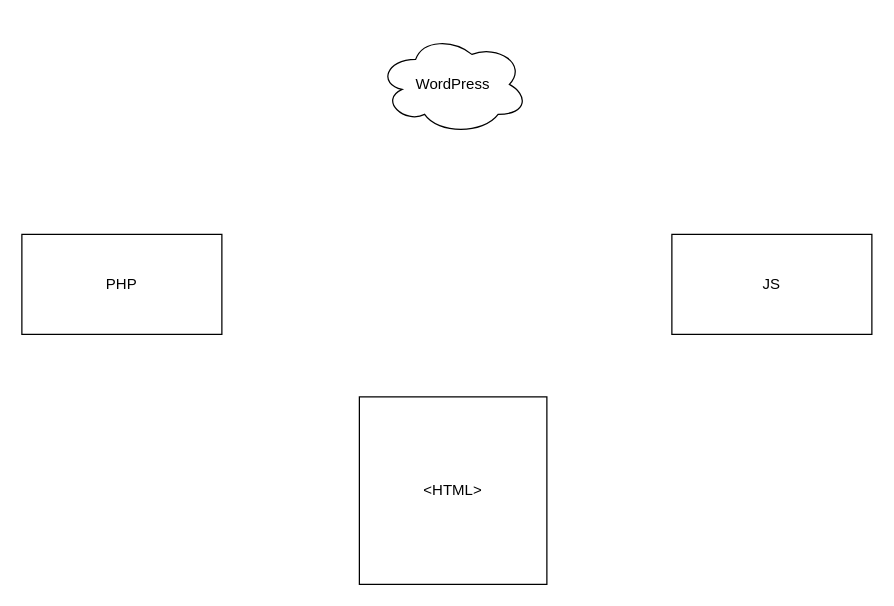
thatsforschool/graphFolder keeps this draw.io diagram as finalexamlogicDiagram.drawio. Above is the earlier version. Source tidied: cells renumbered, new cells numbered last; positions are measured from the earlier drawing's top-left corner, leaving out a move shared by most shapes. Both pictures are drawn from the tidied source at 125%, with x=0, y=0 at pixel (21, 34).
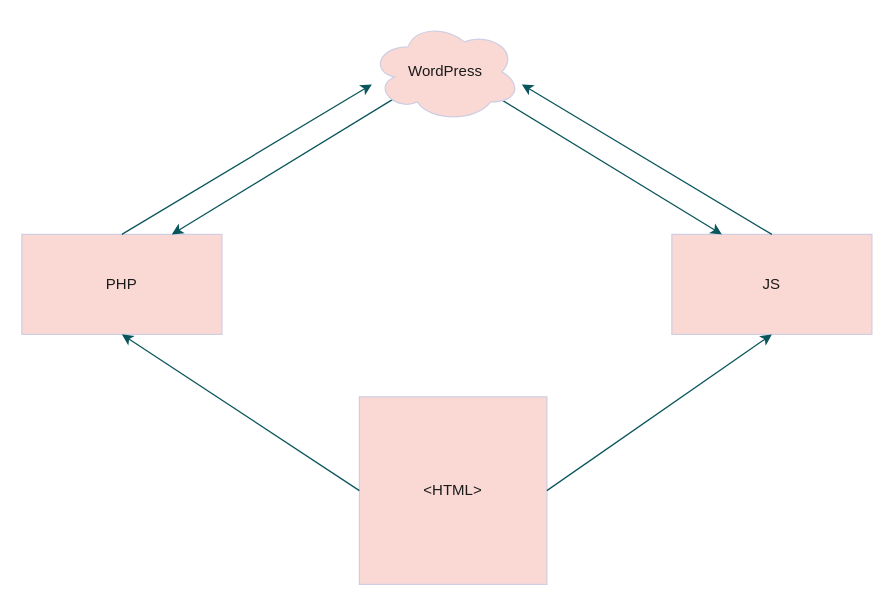
The same page after the edit.

The edit, as a diff of the source:
```diff
@@
 <mxGraphModel>
   <root>
     <mxCell id="0" />
     <mxCell id="1" parent="0" />
-    <mxCell id="2" value="&amp;lt;HTML&amp;gt;" style="whiteSpace=wrap;html=1;" parent="1" vertex="1">
+    <mxCell id="2" value="&amp;lt;HTML&amp;gt;" style="whiteSpace=wrap;html=1;labelBackgroundColor=none;fillColor=#FAD9D5;strokeColor=#D0CEE2;fontColor=#1A1A1A;" parent="1" vertex="1">
       <mxGeometry x="270" y="290" width="150" height="150" as="geometry" />
     </mxCell>
-    <mxCell id="3" value="WordPress" style="ellipse;shape=cloud;whiteSpace=wrap;html=1;" parent="1" vertex="1">
-      <mxGeometry x="285" width="120" height="80" as="geometry" />
-    </mxCell>
-    <mxCell id="4" value="PHP" style="rounded=0;whiteSpace=wrap;html=1;" parent="1" vertex="1">
+    <mxCell id="4" value="PHP" style="rounded=0;whiteSpace=wrap;html=1;labelBackgroundColor=none;fillColor=#FAD9D5;strokeColor=#D0CEE2;fontColor=#1A1A1A;" parent="1" vertex="1">
       <mxGeometry y="160" width="160" height="80" as="geometry" />
     </mxCell>
-    <mxCell id="5" value="JS" style="rounded=0;whiteSpace=wrap;html=1;" parent="1" vertex="1">
+    <mxCell id="5" value="JS" style="rounded=0;whiteSpace=wrap;html=1;labelBackgroundColor=none;fillColor=#FAD9D5;strokeColor=#D0CEE2;fontColor=#1A1A1A;" parent="1" vertex="1">
       <mxGeometry x="520" y="160" width="160" height="80" as="geometry" />
     </mxCell>
+    <mxCell id="6" style="endArrow=classic;html=1;rounded=0;entryX=0.5;entryY=1;entryDx=0;entryDy=0;exitX=0;exitY=0.5;exitDx=0;exitDy=0;labelBackgroundColor=none;strokeColor=#09555B;fontColor=default;" parent="1" edge="1" source="2" target="4">
+      <mxGeometry relative="1" as="geometry" />
+    </mxCell>
+    <mxCell id="7" style="endArrow=classic;html=1;rounded=0;exitX=0.5;exitY=0;exitDx=0;exitDy=0;labelBackgroundColor=none;strokeColor=#09555B;fontColor=default;" parent="1" edge="1" source="4">
+      <mxGeometry relative="1" as="geometry">
+        <mxPoint x="280" y="40" as="targetPoint" />
+      </mxGeometry>
+    </mxCell>
+    <mxCell id="8" style="endArrow=classic;html=1;rounded=0;entryX=0.5;entryY=1;entryDx=0;entryDy=0;exitX=1;exitY=0.5;exitDx=0;exitDy=0;labelBackgroundColor=none;strokeColor=#09555B;fontColor=default;" parent="1" edge="1" source="2" target="5">
+      <mxGeometry relative="1" as="geometry" />
+    </mxCell>
+    <mxCell id="9" style="endArrow=classic;html=1;rounded=0;exitX=0.5;exitY=0;exitDx=0;exitDy=0;labelBackgroundColor=none;strokeColor=#09555B;fontColor=default;" parent="1" edge="1" source="5">
+      <mxGeometry relative="1" as="geometry">
+        <mxPoint x="400" y="40" as="targetPoint" />
+      </mxGeometry>
+    </mxCell>
+    <mxCell id="10" style="endArrow=classic;html=1;rounded=0;strokeColor=#09555B;fontColor=#1A1A1A;entryX=0.25;entryY=0;entryDx=0;entryDy=0;" parent="1" edge="1" target="5">
+      <mxGeometry relative="1" as="geometry">
+        <mxPoint x="380" y="50" as="sourcePoint" />
+      </mxGeometry>
+    </mxCell>
+    <mxCell id="11" style="endArrow=classic;html=1;rounded=0;strokeColor=#09555B;fontColor=#1A1A1A;entryX=0.75;entryY=0;entryDx=0;entryDy=0;" parent="1" edge="1" target="4">
+      <mxGeometry relative="1" as="geometry">
+        <mxPoint x="300" y="50" as="sourcePoint" />
+      </mxGeometry>
+    </mxCell>
+    <mxCell id="3" value="WordPress" style="ellipse;shape=cloud;whiteSpace=wrap;html=1;labelBackgroundColor=none;fillColor=#FAD9D5;strokeColor=#D0CEE2;fontColor=#1A1A1A;" parent="1" vertex="1">
+      <mxGeometry x="279" y="-10" width="120" height="80" as="geometry" />
+    </mxCell>
   </root>
 </mxGraphModel>
```
